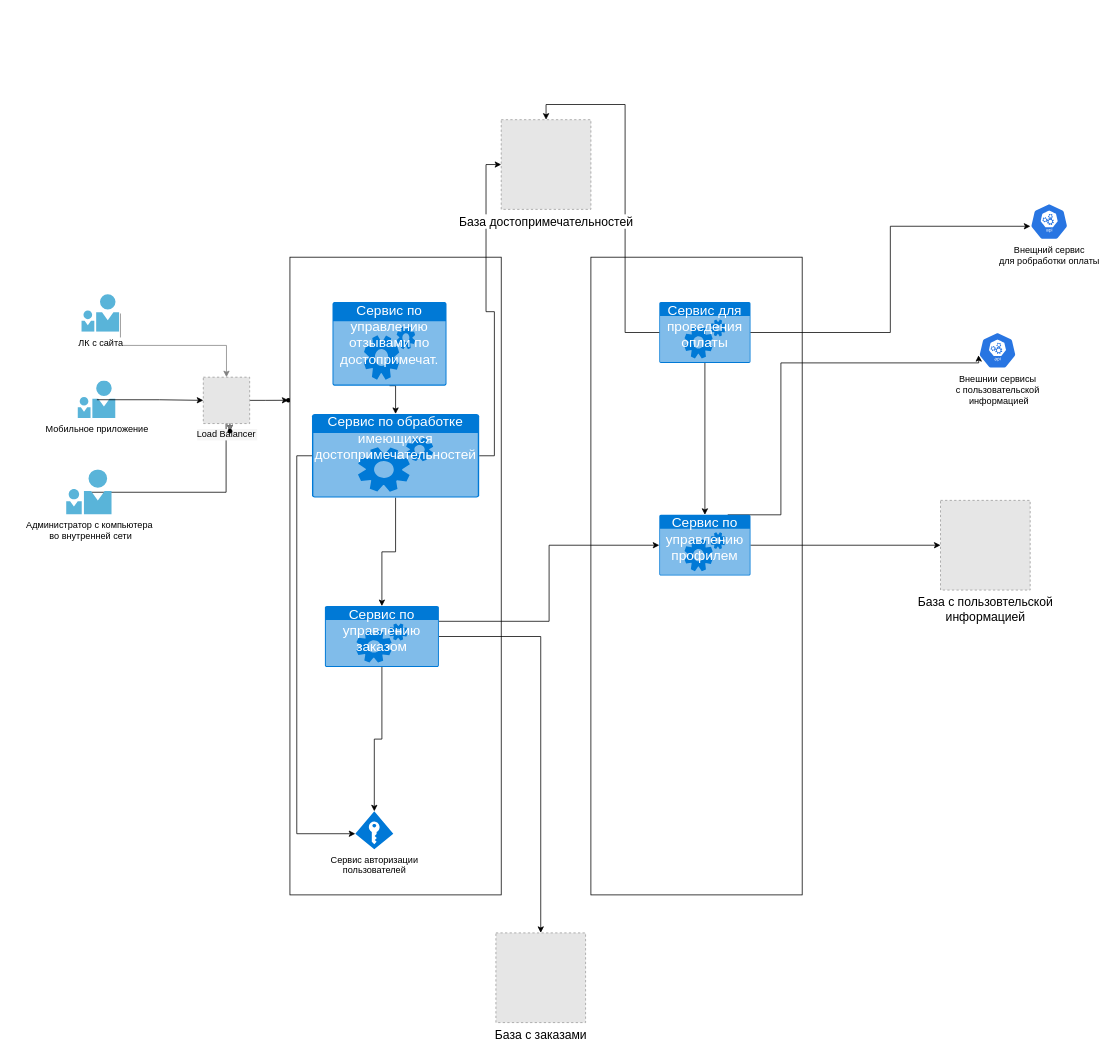
CharmJackal/Architect keeps this draw.io diagram as Graphics/Диаграмма без названия.drawio. Above is the earlier version. Source tidied: cells renumbered, new cells numbered last; positions are measured from the earlier drawing's top-left corner, leaving out a move shared by most shapes. Both pictures are drawn from the tidied source at 76%, with x=0, y=0 at pixel (66, 119). Pictures stored in the file or linked from it are replaced by grey dashed boxes.
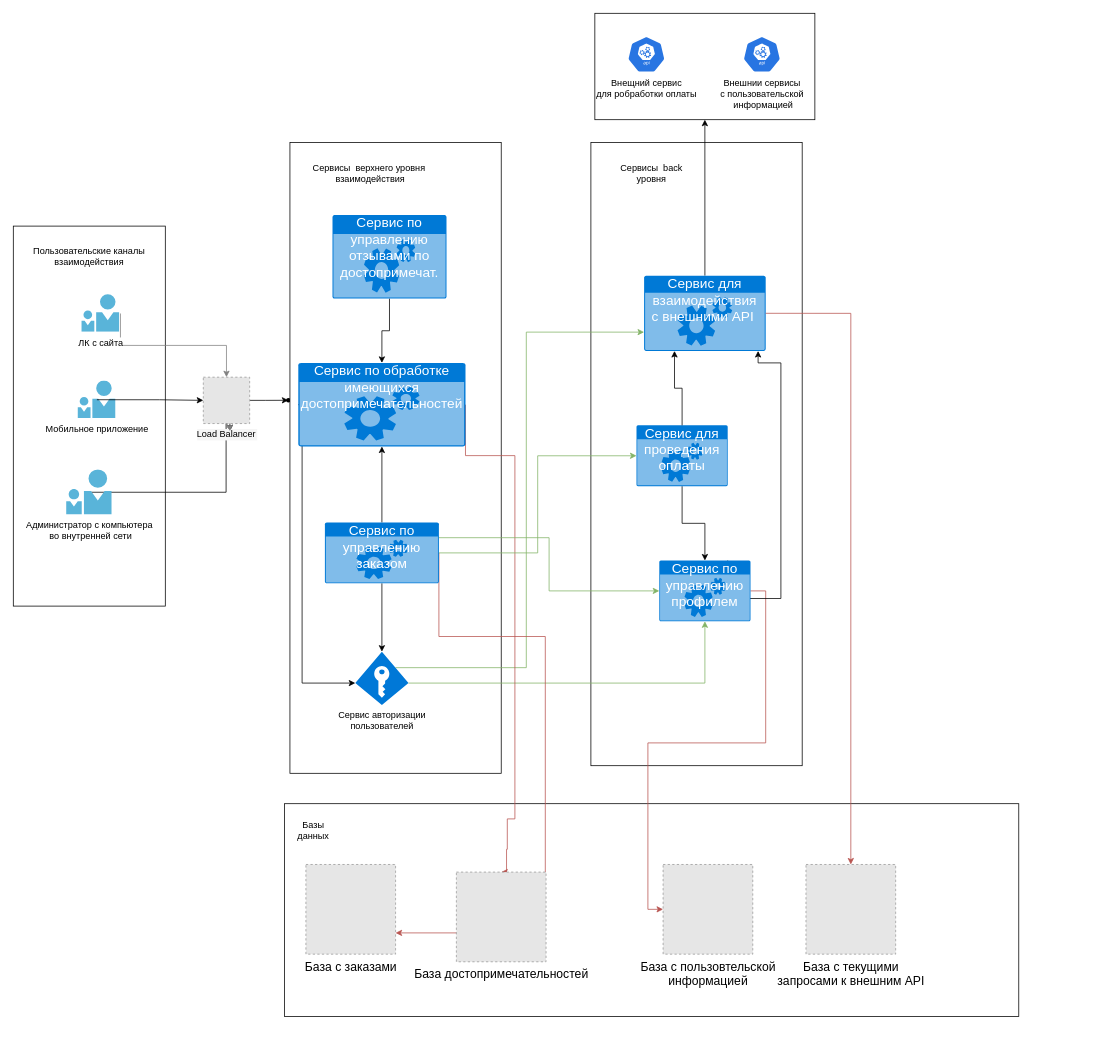
After the change.

Unchanged cells that the change refers to:
```xml
<mxCell id="8" value="Администратор с компьютера&lt;br&gt;&amp;nbsp;во внутренней сети" style="html=1;perimeter=none;align=center;shadow=0;dashed=0;image;fontSize=12;image=img/lib/mscae/PersonWithFriend.svg;labelBackgroundColor=#ffffff;fillColor=#4D9900;" parent="1" vertex="1">
  <mxGeometry y="460.5" width="60" height="59.4" as="geometry" />
</mxCell>
<mxCell id="11" value="Load Balancer" style="fillColor=#E6E6E6;strokeColor=#999999;dashed=1;verticalLabelPosition=bottom;labelBackgroundColor=#F5F5F5;verticalAlign=top;" parent="1" vertex="1">
  <mxGeometry x="180" y="338.8" width="61" height="61" as="geometry" />
</mxCell>
```

Diff of the diagram source:
```diff
@@
+    <mxCell id="38" style="rounded=0;whiteSpace=wrap;html=1;" parent="1" vertex="1">
+      <mxGeometry x="-70" y="140" width="200" height="500" as="geometry" />
+    </mxCell>
+    <mxCell id="39" style="rounded=0;whiteSpace=wrap;html=1;" parent="1" vertex="1">
+      <mxGeometry x="287" y="900" width="966" height="280" as="geometry" />
+    </mxCell>
+    <mxCell id="40" style="rounded=0;whiteSpace=wrap;html=1;" parent="1" vertex="1">
+      <mxGeometry x="695.2" y="-140" width="289.5" height="140" as="geometry" />
+    </mxCell>
     <mxCell id="2" style="rounded=0;whiteSpace=wrap;html=1;" parent="1" vertex="1">
-      <mxGeometry x="690" y="180.9" width="278" height="839.1" as="geometry" />
+      <mxGeometry x="690" y="30" width="278" height="820" as="geometry" />
     </mxCell>
@@
-    <mxCell id="7" style="edgeStyle=orthogonalEdgeStyle;rounded=0;jettySize=auto;html=1;entryX=0.025;entryY=-0.025;entryDx=0;entryDy=0;entryPerimeter=0;" parent="1" edge="1" source="8" target="13">
+    <mxCell id="7" style="edgeStyle=orthogonalEdgeStyle;rounded=0;jettySize=auto;html=1;entryX=0.025;entryY=-0.025;entryDx=0;entryDy=0;entryPerimeter=0;" parent="1" edge="1" source="8">
       <mxGeometry relative="1" as="geometry">
+        <mxPoint x="215" y="409.8" as="targetPoint" />
         <Array as="points">
           <mxPoint x="210" y="490" />
           <mxPoint x="210" y="390" />
           <mxPoint x="215" y="390" />
         </Array>
       </mxGeometry>
     </mxCell>
@@
-    <mxCell id="12" style="edgeStyle=elbowEdgeStyle;rounded=0;jettySize=auto;elbow=vertical;html=1;strokeColor=#808080;" parent="1" edge="1" source="11" target="13">
-      <mxGeometry relative="1" as="geometry" />
+    <mxCell id="12" style="edgeStyle=elbowEdgeStyle;rounded=0;jettySize=auto;elbow=vertical;html=1;strokeColor=#808080;" parent="1" edge="1" source="11">
+      <mxGeometry relative="1" as="geometry">
+        <mxPoint x="215" y="409.8" as="targetPoint" />
+      </mxGeometry>
     </mxCell>
-    <mxCell id="13" style="shape=waypoint;sketch=0;size=6;points=[];fillColor=#4D9900;perimeter=centerPerimeter;snapToPoint=1;verticalAlign=top;shadow=0;dashed=0;labelBackgroundColor=#ffffff;" parent="1" vertex="1">
-      <mxGeometry x="205" y="399.8" width="20" height="20" as="geometry" />
-    </mxCell>
     <mxCell id="14" style="rounded=0;whiteSpace=wrap;html=1;" parent="1" vertex="1">
-      <mxGeometry x="294" y="180.9" width="278" height="839.1" as="geometry" />
+      <mxGeometry x="294" y="30" width="278" height="830" as="geometry" />
     </mxCell>
@@
     <mxCell id="16" value="&lt;font style=&quot;font-size: 18px;&quot;&gt;Сервис для проведения оплаты&lt;/font&gt;" style="html=1;whiteSpace=wrap;strokeColor=none;fillColor=#0079D6;labelPosition=center;verticalLabelPosition=middle;verticalAlign=top;align=center;fontSize=12;outlineConnect=0;spacingTop=-6;fontColor=#FFFFFF;sketch=0;shape=mxgraph.sitemap.services;" parent="1" vertex="1">
-      <mxGeometry x="780" y="240" width="120" height="80" as="geometry" />
+      <mxGeometry x="750" y="402.2" width="120" height="80" as="geometry" />
     </mxCell>
+    <mxCell id="41" style="edgeStyle=orthogonalEdgeStyle;rounded=0;jettySize=auto;html=1;exitX=1;exitY=0.59;exitDx=0;exitDy=0;exitPerimeter=0;fillColor=#d5e8d4;strokeColor=#82b366;" parent="1" edge="1" source="17" target="24">
+      <mxGeometry relative="1" as="geometry" />
+    </mxCell>
+    <mxCell id="42" style="edgeStyle=orthogonalEdgeStyle;rounded=0;jettySize=auto;html=1;exitX=0.755;exitY=0.3;exitDx=0;exitDy=0;exitPerimeter=0;entryX=0;entryY=0.75;entryDx=0;entryDy=0;entryPerimeter=0;fillColor=#d5e8d4;strokeColor=#82b366;" parent="1" edge="1" source="17" target="45">
+      <mxGeometry relative="1" as="geometry" />
+    </mxCell>
     <mxCell id="17" value="Сервис авторизации&lt;br&gt;пользователей" style="shadow=0;dashed=0;html=1;strokeColor=none;labelPosition=center;verticalLabelPosition=bottom;verticalAlign=top;align=center;shape=mxgraph.azure.access_control;fillColor=#0078D7;labelBackgroundColor=#ffffff;" parent="1" vertex="1">
-      <mxGeometry x="380" y="910" width="50" height="50" as="geometry" />
+      <mxGeometry x="380" y="700" width="70" height="70" as="geometry" />
     </mxCell>
-    <mxCell id="18" style="edgeStyle=orthogonalEdgeStyle;rounded=0;jettySize=auto;html=1;entryX=0.005;entryY=0.63;entryDx=0;entryDy=0;entryPerimeter=0;" parent="1" edge="1" source="16" target="19">
+    <mxCell id="18" style="edgeStyle=orthogonalEdgeStyle;rounded=0;jettySize=auto;html=1;entryX=0.25;entryY=1;entryDx=0;entryDy=0;entryPerimeter=0;" parent="1" edge="1" source="16" target="45">
       <mxGeometry relative="1" as="geometry" />
     </mxCell>
     <mxCell id="19" value="Внещний сервис &lt;br&gt;для робработки оплаты" style="sketch=0;html=1;dashed=0;whitespace=wrap;fillColor=#2875E2;strokeColor=#ffffff;points=[[0.005,0.63,0],[0.1,0.2,0],[0.9,0.2,0],[0.5,0,0],[0.995,0.63,0],[0.72,0.99,0],[0.5,1,0],[0.28,0.99,0]];verticalLabelPosition=bottom;align=center;verticalAlign=top;shape=mxgraph.kubernetes.icon;prIcon=api;" parent="1" vertex="1">
-      <mxGeometry x="1268" y="110" width="50" height="48" as="geometry" />
+      <mxGeometry x="738" y="-110" width="50" height="48" as="geometry" />
     </mxCell>
     <mxCell id="20" value="&lt;font style=&quot;font-size: 16px;&quot;&gt;База с пользовтельской&lt;br&gt;информацией&lt;/font&gt;" style="fillColor=#E6E6E6;strokeColor=#999999;dashed=1;html=1;verticalAlign=top;verticalLabelPosition=bottom;labelBackgroundColor=#ffffff;" parent="1" vertex="1">
-      <mxGeometry x="1150" y="500.9" width="118" height="118" as="geometry" />
+      <mxGeometry x="785" y="980" width="118" height="118" as="geometry" />
     </mxCell>
-    <mxCell id="21" style="edgeStyle=orthogonalEdgeStyle;rounded=0;jettySize=auto;html=1;exitX=1;exitY=0.5;exitDx=0;exitDy=0;exitPerimeter=0;entryX=0;entryY=0.5;entryDx=0;entryDy=0;" parent="1" edge="1" source="24" target="20">
+    <mxCell id="21" style="edgeStyle=orthogonalEdgeStyle;rounded=0;jettySize=auto;html=1;exitX=1;exitY=0.5;exitDx=0;exitDy=0;exitPerimeter=0;entryX=0;entryY=0.5;entryDx=0;entryDy=0;fillColor=#f8cecc;strokeColor=#b85450;" parent="1" edge="1" source="24" target="20">
       <mxGeometry relative="1" as="geometry" />
     </mxCell>
-    <mxCell id="22" style="edgeStyle=orthogonalEdgeStyle;rounded=0;jettySize=auto;html=1;exitX=0;exitY=0.5;exitDx=0;exitDy=0;exitPerimeter=0;entryX=0.5;entryY=0;entryDx=0;entryDy=0;entryPerimeter=0;" parent="1" edge="1" source="16" target="35">
-      <mxGeometry relative="1" as="geometry" />
-    </mxCell>
-    <mxCell id="23" style="edgeStyle=orthogonalEdgeStyle;rounded=0;jettySize=auto;html=1;exitX=0.75;exitY=0;exitDx=0;exitDy=0;exitPerimeter=0;entryX=0.005;entryY=0.63;entryDx=0;entryDy=0;entryPerimeter=0;" parent="1" edge="1" source="24" target="32">
+    <mxCell id="23" style="edgeStyle=orthogonalEdgeStyle;rounded=0;jettySize=auto;html=1;exitX=0.75;exitY=0;exitDx=0;exitDy=0;exitPerimeter=0;" parent="1" edge="1" source="24" target="45">
       <mxGeometry relative="1" as="geometry">
         <Array as="points">
-          <mxPoint x="940" y="520" />
+          <mxPoint x="870" y="630" />
+          <mxPoint x="940" y="630" />
           <mxPoint x="940" y="320" />
-          <mxPoint x="1200" y="320" />
+          <mxPoint x="910" y="320" />
         </Array>
       </mxGeometry>
     </mxCell>
     <mxCell id="24" value="&lt;font style=&quot;font-size: 18px;&quot;&gt;Сервис по управлению профилем&lt;/font&gt;" style="html=1;whiteSpace=wrap;strokeColor=none;fillColor=#0079D6;labelPosition=center;verticalLabelPosition=middle;verticalAlign=top;align=center;fontSize=12;outlineConnect=0;spacingTop=-6;fontColor=#FFFFFF;sketch=0;shape=mxgraph.sitemap.services;" parent="1" vertex="1">
-      <mxGeometry x="780" y="519.9" width="120" height="80" as="geometry" />
+      <mxGeometry x="780" y="580" width="120" height="80" as="geometry" />
     </mxCell>
-    <mxCell id="25" style="edgeStyle=orthogonalEdgeStyle;rounded=0;jettySize=auto;html=1;exitX=1;exitY=0.5;exitDx=0;exitDy=0;exitPerimeter=0;" parent="1" edge="1" source="34" target="26">
-      <mxGeometry relative="1" as="geometry" />
+    <mxCell id="25" style="edgeStyle=orthogonalEdgeStyle;rounded=0;jettySize=auto;html=1;exitX=1;exitY=0.5;exitDx=0;exitDy=0;exitPerimeter=0;fillColor=#f8cecc;strokeColor=#b85450;" parent="1" edge="1" source="34" target="26">
+      <mxGeometry relative="1" as="geometry">
+        <Array as="points">
+          <mxPoint x="630" y="680" />
+          <mxPoint x="630" y="1070" />
+          <mxPoint x="381" y="1070" />
+        </Array>
+      </mxGeometry>
     </mxCell>
     <mxCell id="26" value="&lt;span style=&quot;font-size: 16px;&quot;&gt;База с заказами&lt;/span&gt;" style="fillColor=#E6E6E6;strokeColor=#999999;dashed=1;html=1;verticalAlign=top;verticalLabelPosition=bottom;labelBackgroundColor=#ffffff;" parent="1" vertex="1">
-      <mxGeometry x="565" y="1070" width="118" height="118" as="geometry" />
+      <mxGeometry x="315" y="980" width="118" height="118" as="geometry" />
     </mxCell>
-    <mxCell id="27" style="edgeStyle=orthogonalEdgeStyle;rounded=0;jettySize=auto;html=1;exitX=1;exitY=0.5;exitDx=0;exitDy=0;exitPerimeter=0;entryX=0;entryY=0.5;entryDx=0;entryDy=0;" parent="1" edge="1" source="31" target="35">
-      <mxGeometry relative="1" as="geometry" />
+    <mxCell id="27" style="edgeStyle=orthogonalEdgeStyle;rounded=0;jettySize=auto;html=1;exitX=1;exitY=0.5;exitDx=0;exitDy=0;exitPerimeter=0;entryX=0.5;entryY=0;entryDx=0;entryDy=0;fillColor=#f8cecc;strokeColor=#b85450;" parent="1" edge="1" source="31" target="35">
+      <mxGeometry relative="1" as="geometry">
+        <Array as="points">
+          <mxPoint x="525" y="442" />
+          <mxPoint x="590" y="442" />
+          <mxPoint x="590" y="920" />
+          <mxPoint x="580" y="920" />
+          <mxPoint x="580" y="960" />
+          <mxPoint x="579" y="960" />
+          <mxPoint x="579" y="990" />
+        </Array>
+      </mxGeometry>
     </mxCell>
@@
-    <mxCell id="29" style="edgeStyle=orthogonalEdgeStyle;rounded=0;jettySize=auto;html=1;exitX=0.5;exitY=1;exitDx=0;exitDy=0;exitPerimeter=0;entryX=0.5;entryY=0;entryDx=0;entryDy=0;entryPerimeter=0;" parent="1" edge="1" source="31" target="34">
+    <mxCell id="29" style="edgeStyle=orthogonalEdgeStyle;rounded=0;jettySize=auto;html=1;exitX=0.5;exitY=0;exitDx=0;exitDy=0;exitPerimeter=0;entryX=0.5;entryY=1;entryDx=0;entryDy=0;entryPerimeter=0;" parent="1" edge="1" source="34" target="31">
       <mxGeometry relative="1" as="geometry" />
     </mxCell>
     <mxCell id="30" style="edgeStyle=orthogonalEdgeStyle;rounded=0;jettySize=auto;html=1;exitX=0;exitY=0.5;exitDx=0;exitDy=0;exitPerimeter=0;entryX=0;entryY=0.59;entryDx=0;entryDy=0;entryPerimeter=0;" parent="1" edge="1" source="31" target="17">
-      <mxGeometry relative="1" as="geometry" />
+      <mxGeometry relative="1" as="geometry">
+        <Array as="points">
+          <mxPoint x="310" y="375" />
+          <mxPoint x="310" y="741" />
+        </Array>
+      </mxGeometry>
     </mxCell>
     <mxCell id="31" value="&lt;font style=&quot;font-size: 18px;&quot;&gt;Сервис по обработке имеющихся достопримечательностей&lt;br&gt;&lt;/font&gt;" style="html=1;whiteSpace=wrap;strokeColor=none;fillColor=#0079D6;labelPosition=center;verticalLabelPosition=middle;verticalAlign=top;align=center;fontSize=12;outlineConnect=0;spacingTop=-6;fontColor=#FFFFFF;sketch=0;shape=mxgraph.sitemap.services;" parent="1" vertex="1">
-      <mxGeometry x="323" y="387.2" width="220" height="110" as="geometry" />
+      <mxGeometry x="305" y="320" width="220" height="110" as="geometry" />
     </mxCell>
     <mxCell id="32" value="Внешнии сервисы&lt;br&gt;с пользовательской&lt;br&gt;&amp;nbsp;информацией" style="sketch=0;html=1;dashed=0;whitespace=wrap;fillColor=#2875E2;strokeColor=#ffffff;points=[[0.005,0.63,0],[0.1,0.2,0],[0.9,0.2,0],[0.5,0,0],[0.995,0.63,0],[0.72,0.99,0],[0.5,1,0],[0.28,0.99,0]];verticalLabelPosition=bottom;align=center;verticalAlign=top;shape=mxgraph.kubernetes.icon;prIcon=api;" parent="1" vertex="1">
-      <mxGeometry x="1200" y="279.5" width="50" height="48" as="geometry" />
+      <mxGeometry x="890" y="-110" width="50" height="48" as="geometry" />
     </mxCell>
-    <mxCell id="33" style="edgeStyle=orthogonalEdgeStyle;rounded=0;jettySize=auto;html=1;exitX=1;exitY=0.25;exitDx=0;exitDy=0;exitPerimeter=0;entryX=0;entryY=0.5;entryDx=0;entryDy=0;entryPerimeter=0;" parent="1" edge="1" source="34" target="24">
+    <mxCell id="33" style="edgeStyle=orthogonalEdgeStyle;rounded=0;jettySize=auto;html=1;exitX=1;exitY=0.25;exitDx=0;exitDy=0;exitPerimeter=0;entryX=0;entryY=0.5;entryDx=0;entryDy=0;entryPerimeter=0;fillColor=#d5e8d4;strokeColor=#82b366;" parent="1" edge="1" source="34" target="24">
       <mxGeometry relative="1" as="geometry" />
     </mxCell>
+    <mxCell id="43" style="edgeStyle=orthogonalEdgeStyle;rounded=0;jettySize=auto;html=1;exitX=1;exitY=0.5;exitDx=0;exitDy=0;exitPerimeter=0;entryX=0;entryY=0.5;entryDx=0;entryDy=0;entryPerimeter=0;fillColor=#d5e8d4;strokeColor=#82b366;" parent="1" edge="1" source="34" target="16">
+      <mxGeometry relative="1" as="geometry" />
+    </mxCell>
     <mxCell id="34" value="&lt;font style=&quot;font-size: 18px;&quot;&gt;Сервис по управлению заказом&lt;/font&gt;" style="html=1;whiteSpace=wrap;strokeColor=none;fillColor=#0079D6;labelPosition=center;verticalLabelPosition=middle;verticalAlign=top;align=center;fontSize=12;outlineConnect=0;spacingTop=-6;fontColor=#FFFFFF;sketch=0;shape=mxgraph.sitemap.services;" parent="1" vertex="1">
-      <mxGeometry x="340" y="640" width="150" height="80" as="geometry" />
+      <mxGeometry x="340" y="530" width="150" height="80" as="geometry" />
     </mxCell>
     <mxCell id="35" value="&lt;span style=&quot;font-size: 16px;&quot;&gt;База достопримечательностей&lt;/span&gt;" style="fillColor=#E6E6E6;strokeColor=#999999;dashed=1;html=1;verticalAlign=top;verticalLabelPosition=bottom;labelBackgroundColor=#ffffff;" parent="1" vertex="1">
-      <mxGeometry x="572" width="118" height="118" as="geometry" />
+      <mxGeometry x="513" y="990" width="118" height="118" as="geometry" />
     </mxCell>
@@
     <mxCell id="37" value="&lt;font style=&quot;font-size: 18px;&quot;&gt;Сервис по управлению отзывами по достопримечат.&lt;/font&gt;" style="html=1;whiteSpace=wrap;strokeColor=none;fillColor=#0079D6;labelPosition=center;verticalLabelPosition=middle;verticalAlign=top;align=center;fontSize=12;outlineConnect=0;spacingTop=-6;fontColor=#FFFFFF;sketch=0;shape=mxgraph.sitemap.services;" parent="1" vertex="1">
-      <mxGeometry x="350" y="240" width="150" height="110" as="geometry" />
+      <mxGeometry x="350" y="125.4" width="150" height="110" as="geometry" />
     </mxCell>
+    <mxCell id="44" style="edgeStyle=orthogonalEdgeStyle;rounded=0;jettySize=auto;html=1;exitX=0.5;exitY=0;exitDx=0;exitDy=0;exitPerimeter=0;entryX=0.5;entryY=1;entryDx=0;entryDy=0;" parent="1" edge="1" source="45" target="40">
+      <mxGeometry relative="1" as="geometry" />
+    </mxCell>
+    <mxCell id="45" value="&lt;font style=&quot;font-size: 18px;&quot;&gt;Сервис для взаимодействия&lt;br&gt;с внешними API&amp;nbsp;&lt;/font&gt;" style="html=1;whiteSpace=wrap;strokeColor=none;fillColor=#0079D6;labelPosition=center;verticalLabelPosition=middle;verticalAlign=top;align=center;fontSize=12;outlineConnect=0;spacingTop=-6;fontColor=#FFFFFF;sketch=0;shape=mxgraph.sitemap.services;" parent="1" vertex="1">
+      <mxGeometry x="760" y="205.2" width="160" height="99.1" as="geometry" />
+    </mxCell>
+    <mxCell id="46" style="edgeStyle=orthogonalEdgeStyle;rounded=0;jettySize=auto;html=1;exitX=1;exitY=0.5;exitDx=0;exitDy=0;entryX=0.5;entryY=0;entryDx=0;entryDy=0;exitPerimeter=0;fillColor=#f8cecc;strokeColor=#b85450;" parent="1" edge="1" source="45" target="47">
+      <mxGeometry relative="1" as="geometry" />
+    </mxCell>
+    <mxCell id="47" value="&lt;span style=&quot;font-size: 16px;&quot;&gt;База с текущими&lt;br&gt;запросами к внешним API&lt;br&gt;&lt;/span&gt;" style="fillColor=#E6E6E6;strokeColor=#999999;dashed=1;html=1;verticalAlign=top;verticalLabelPosition=bottom;labelBackgroundColor=#ffffff;" parent="1" vertex="1">
+      <mxGeometry x="973" y="980" width="118" height="118" as="geometry" />
+    </mxCell>
+    <mxCell id="48" value="Базы данных" style="text;html=1;strokeColor=none;fillColor=none;align=center;verticalAlign=middle;whiteSpace=wrap;rounded=0;" parent="1" vertex="1">
+      <mxGeometry x="295" y="920" width="60" height="30" as="geometry" />
+    </mxCell>
+    <mxCell id="49" value="Пользовательские каналы взаимодействия" style="text;html=1;strokeColor=none;fillColor=none;align=center;verticalAlign=middle;whiteSpace=wrap;rounded=0;" parent="1" vertex="1">
+      <mxGeometry x="-60" y="150.9" width="180" height="59.1" as="geometry" />
+    </mxCell>
+    <mxCell id="50" value="Сервисы&amp;nbsp; верхнего уровня&amp;nbsp;&lt;br&gt;взаимодействия" style="text;html=1;strokeColor=none;fillColor=none;align=center;verticalAlign=middle;whiteSpace=wrap;rounded=0;" parent="1" vertex="1">
+      <mxGeometry x="310" y="41" width="180" height="59.1" as="geometry" />
+    </mxCell>
+    <mxCell id="51" value="Сервисы&amp;nbsp; back уровня" style="text;html=1;strokeColor=none;fillColor=none;align=center;verticalAlign=middle;whiteSpace=wrap;rounded=0;" parent="1" vertex="1">
+      <mxGeometry x="710" y="41" width="120" height="59.1" as="geometry" />
+    </mxCell>
```
